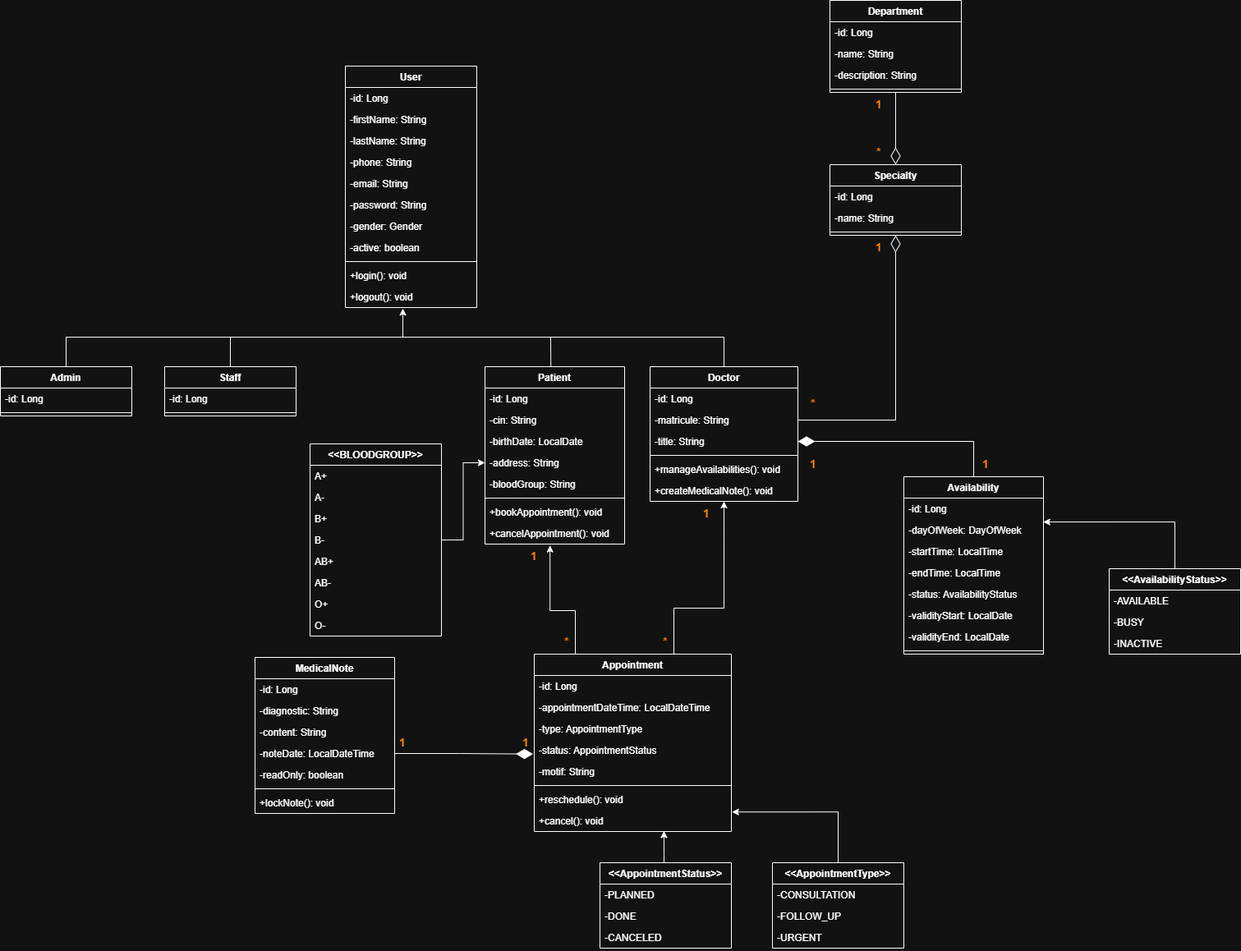
Oussama-Ait-Youss/Java-EE-ClinicManager keeps this draw.io diagram as Diagrams/Diagram-Classe.png. Above is the earlier version. Source tidied: cells renumbered, new cells last; positions are measured from the earlier drawing's top-left corner, leaving out a move shared by most shapes.
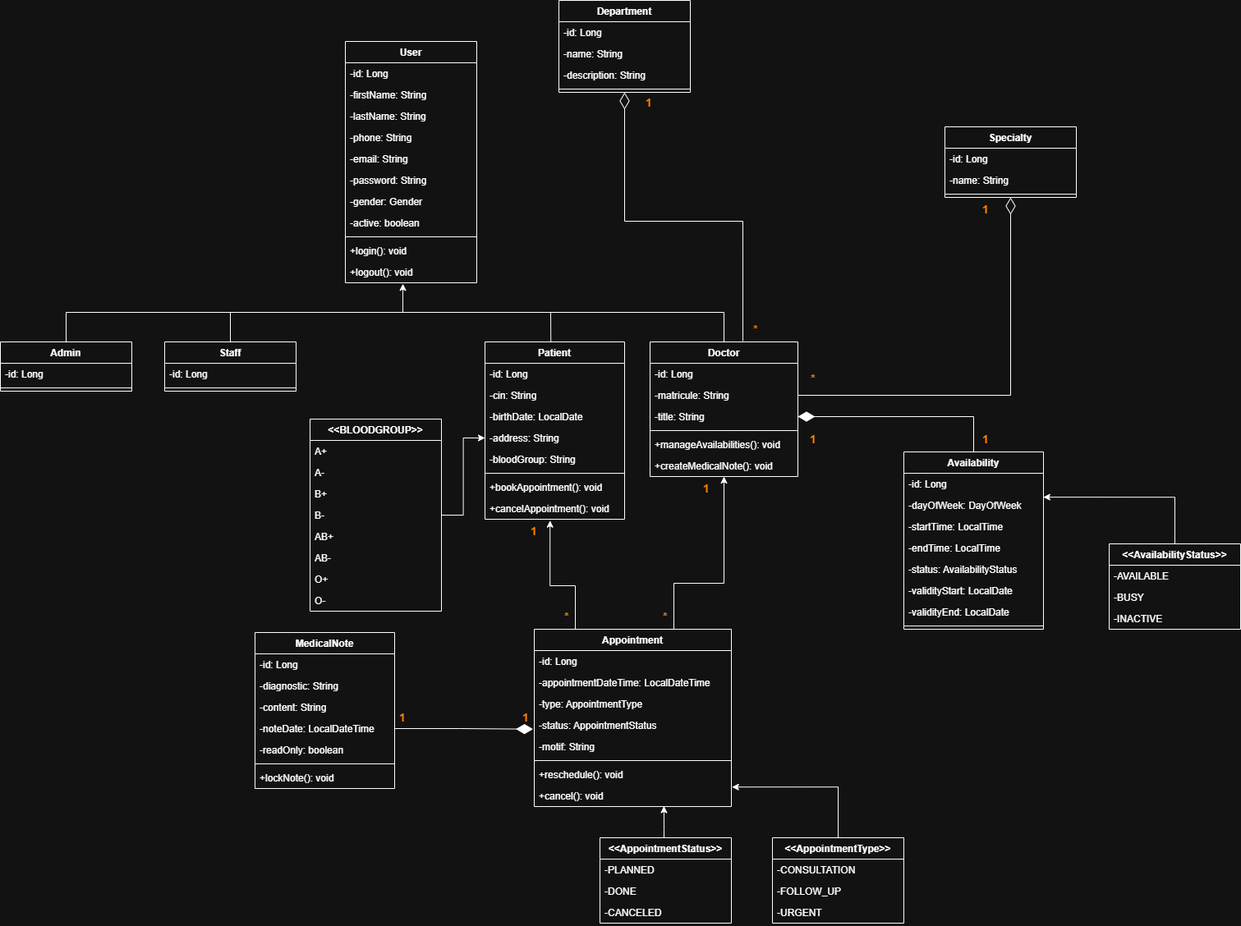
The same file after the commit.

The edit, as a diff of the source:
```diff
@@ -113,7 +113,7 @@
       <mxGeometry y="138" width="180" height="26" as="geometry" />
     </mxCell>
     <mxCell id="37" value="Department" style="swimlane;fontStyle=1;horizontal=1;startSize=26;" parent="1" vertex="1">
-      <mxGeometry x="1010" width="160" height="112" as="geometry" />
+      <mxGeometry x="680" y="30" width="160" height="112" as="geometry" />
     </mxCell>
     <mxCell id="38" value="-id: Long" style="text;strokeColor=none;fillColor=none;align=left;verticalAlign=top;spacingLeft=4;spacingRight=4;overflow=hidden;" parent="37" vertex="1">
       <mxGeometry y="26" width="160" height="26" as="geometry" />
@@ -128,7 +128,7 @@
       <mxGeometry y="104" width="160" height="8" as="geometry" />
     </mxCell>
     <mxCell id="42" value="Specialty" style="swimlane;fontStyle=1;horizontal=1;startSize=26;" parent="1" vertex="1">
-      <mxGeometry x="1010" y="200" width="160" height="86" as="geometry" />
+      <mxGeometry x="1150" y="184" width="160" height="86" as="geometry" />
     </mxCell>
     <mxCell id="43" value="-id: Long" style="text;strokeColor=none;fillColor=none;align=left;verticalAlign=top;spacingLeft=4;spacingRight=4;overflow=hidden;" parent="42" vertex="1">
       <mxGeometry y="26" width="160" height="26" as="geometry" />
@@ -275,7 +275,7 @@
     <mxCell id="87" style="edgeStyle=orthogonalEdgeStyle;rounded=0;jettySize=auto;html=1;entryX=0.5;entryY=1;entryDx=0;entryDy=0;endArrow=diamondThin;endFill=0;endSize=18;" parent="1" edge="1" source="32" target="42">
       <mxGeometry relative="1" as="geometry" />
     </mxCell>
-    <mxCell id="88" style="edgeStyle=orthogonalEdgeStyle;rounded=0;jettySize=auto;html=1;entryX=0.5;entryY=0;entryDx=0;entryDy=0;endArrow=diamondThin;endFill=0;endSize=18;" parent="1" edge="1" source="37" target="42">
+    <mxCell id="88" style="edgeStyle=orthogonalEdgeStyle;rounded=0;jettySize=auto;html=1;entryX=0.628;entryY=-0.006;entryDx=0;entryDy=0;endArrow=none;endFill=0;endSize=18;entryPerimeter=0;startArrow=diamondThin;startFill=0;startSize=18;" parent="1" edge="1" source="37" target="30">
       <mxGeometry relative="1" as="geometry" />
     </mxCell>
     <mxCell id="89" style="edgeStyle=orthogonalEdgeStyle;rounded=0;jettySize=auto;html=1;entryX=-0.006;entryY=0.681;entryDx=0;entryDy=0;entryPerimeter=0;endArrow=diamondThin;endFill=1;endSize=18;" parent="1" edge="1" source="83" target="62">
@@ -323,13 +323,13 @@
       <mxGeometry x="960" y="476" width="60" height="30" as="geometry" />
     </mxCell>
     <mxCell id="102" value="&lt;font style=&quot;color: rgb(255, 128, 0);&quot;&gt;&lt;b&gt;1&lt;/b&gt;&lt;/font&gt;" style="text;html=1;whiteSpace=wrap;strokeColor=none;fillColor=none;align=center;verticalAlign=middle;rounded=0;fontSize=14;" parent="1" vertex="1">
-      <mxGeometry x="1040" y="286" width="60" height="30" as="geometry" />
+      <mxGeometry x="1170" y="270" width="60" height="30" as="geometry" />
     </mxCell>
     <mxCell id="103" value="&lt;font style=&quot;color: rgb(255, 128, 0);&quot;&gt;&lt;b&gt;*&lt;/b&gt;&lt;/font&gt;" style="text;html=1;whiteSpace=wrap;strokeColor=none;fillColor=none;align=center;verticalAlign=middle;rounded=0;fontSize=14;" parent="1" vertex="1">
-      <mxGeometry x="1040" y="170" width="60" height="30" as="geometry" />
+      <mxGeometry x="890" y="416" width="60" height="30" as="geometry" />
     </mxCell>
     <mxCell id="104" value="&lt;font style=&quot;color: rgb(255, 128, 0);&quot;&gt;&lt;b&gt;1&lt;/b&gt;&lt;/font&gt;" style="text;html=1;whiteSpace=wrap;strokeColor=none;fillColor=none;align=center;verticalAlign=middle;rounded=0;fontSize=14;" parent="1" vertex="1">
-      <mxGeometry x="1040" y="112" width="60" height="30" as="geometry" />
+      <mxGeometry x="760" y="140" width="60" height="30" as="geometry" />
     </mxCell>
     <mxCell id="105" style="edgeStyle=orthogonalEdgeStyle;rounded=0;jettySize=auto;html=1;" parent="1" edge="1" source="106" target="24">
       <mxGeometry relative="1" as="geometry" />
```
